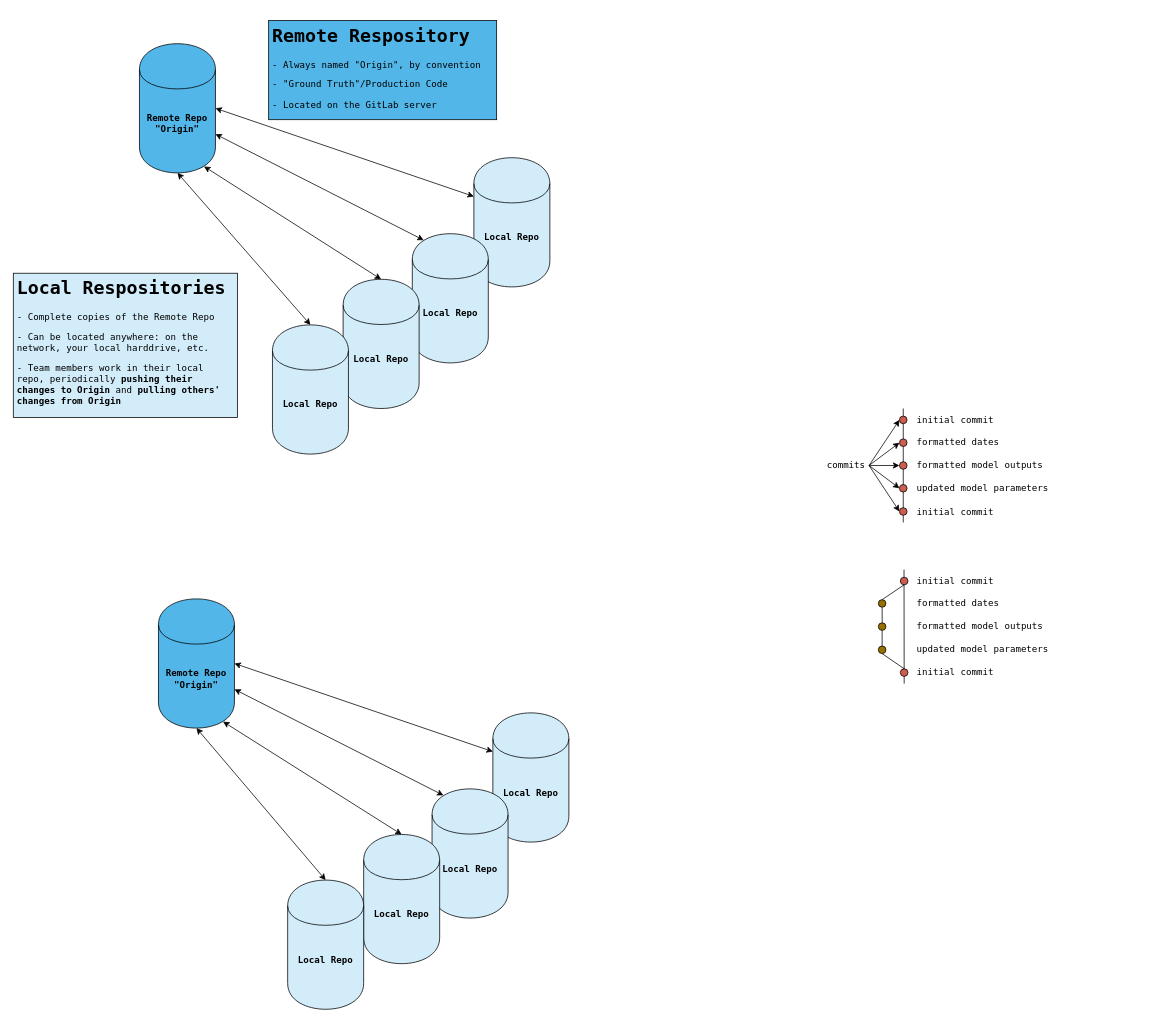
Above: img/diagrams.drawio in summitllc/git_school (draw.io), before the change. Source tidied: cells renumbered, new cells numbered last; positions are measured from the earlier drawing's top-left corner, leaving out a move shared by most shapes. Both pictures are drawn from the tidied source at 76%, with x=0, y=0 at pixel (13, 21).
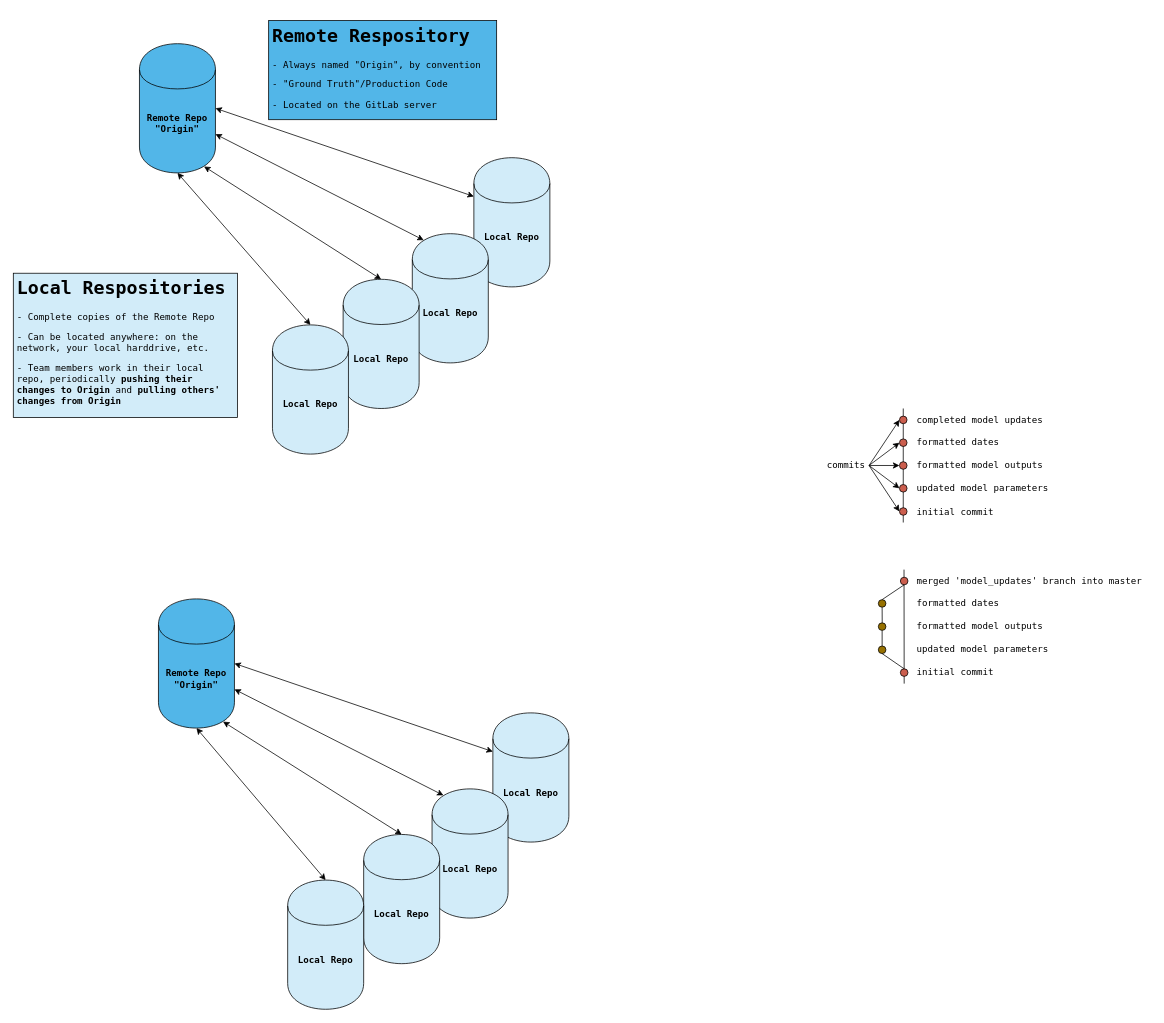
Above is the later version.

What changed in the source:
```diff
@@
-    <mxCell id="46" value="&lt;font face=&quot;Lucida Console&quot;&gt;initial commit&lt;/font&gt;" style="text;html=1;strokeColor=none;fillColor=none;align=left;verticalAlign=middle;whiteSpace=wrap;rounded=0;" parent="1" vertex="1">
-      <mxGeometry x="1186.6" y="515" width="119.4" height="20" as="geometry" />
+    <mxCell id="46" value="&lt;font face=&quot;Lucida Console&quot;&gt;completed model updates&lt;/font&gt;" style="text;html=1;strokeColor=none;fillColor=none;align=left;verticalAlign=middle;whiteSpace=wrap;rounded=0;" parent="1" vertex="1">
+      <mxGeometry x="1186.6" y="515" width="189.4" height="20" as="geometry" />
     </mxCell>
@@
-    <mxCell id="51" value="&lt;font face=&quot;Lucida Console&quot;&gt;initial commit&lt;/font&gt;" style="text;html=1;strokeColor=none;fillColor=none;align=left;verticalAlign=middle;whiteSpace=wrap;rounded=0;" parent="1" vertex="1">
-      <mxGeometry x="1186.6" y="726.8" width="119.4" height="20" as="geometry" />
+    <mxCell id="51" value="&lt;font face=&quot;Lucida Console&quot;&gt;merged 'model_updates' branch into master&lt;/font&gt;" style="text;html=1;strokeColor=none;fillColor=none;align=left;verticalAlign=middle;whiteSpace=wrap;rounded=0;" parent="1" vertex="1">
+      <mxGeometry x="1186.6" y="726.8" width="309.4" height="20" as="geometry" />
     </mxCell>
```
